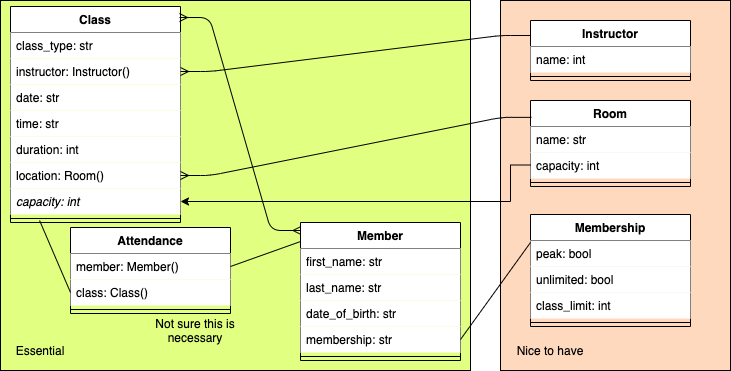
Before: gym_class_diagram.png, a diagram exported from draw.io (StuMcA/gym_member_app). Source tidied: cells renumbered, new cells last; positions are measured from the earlier drawing's top-left corner, leaving out a move shared by most shapes.
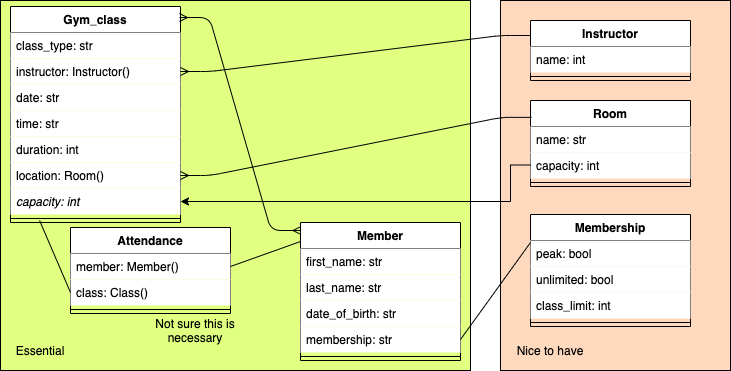
After the commit.

The edit, as a diff of the source:
```diff
@@ -8,7 +8,7 @@
     <mxCell id="3" style="rounded=0;whiteSpace=wrap;html=1;fillColor=#E1FF80;" parent="1" vertex="1">
       <mxGeometry width="470" height="370" as="geometry" />
     </mxCell>
-    <mxCell id="4" value="Class" style="swimlane;fontStyle=1;align=center;verticalAlign=top;horizontal=1;startSize=26;" parent="1" vertex="1">
+    <mxCell id="4" value="Gym_class" style="swimlane;fontStyle=1;align=center;verticalAlign=top;horizontal=1;startSize=26;" parent="1" vertex="1">
       <mxGeometry x="10" y="6" width="170" height="216" as="geometry" />
     </mxCell>
     <mxCell id="5" value="class_type: str" style="text;strokeColor=none;fillColor=#FFFFFF;align=left;verticalAlign=top;spacingLeft=4;spacingRight=4;overflow=hidden;" parent="4" vertex="1">
```
